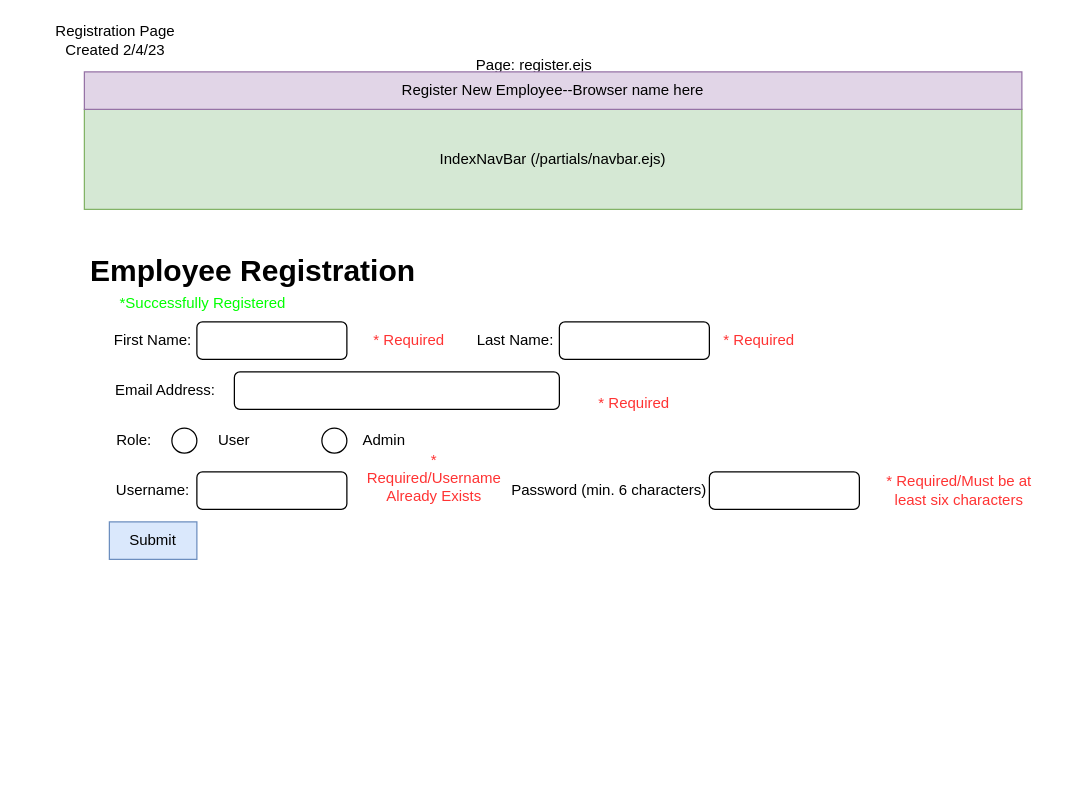
kempensp/bdpaapr1 keeps this draw.io diagram as page "Registration" (2 of 2) of Documents/ProductsAreUsFeb4.drawio. Above is the earlier version. Source tidied: cells renumbered, new cells numbered last; positions are measured from the earlier drawing's top-left corner, leaving out a move shared by most shapes. Both pictures are drawn from the tidied source at 125%, with x=0, y=0 at pixel (21, 21).
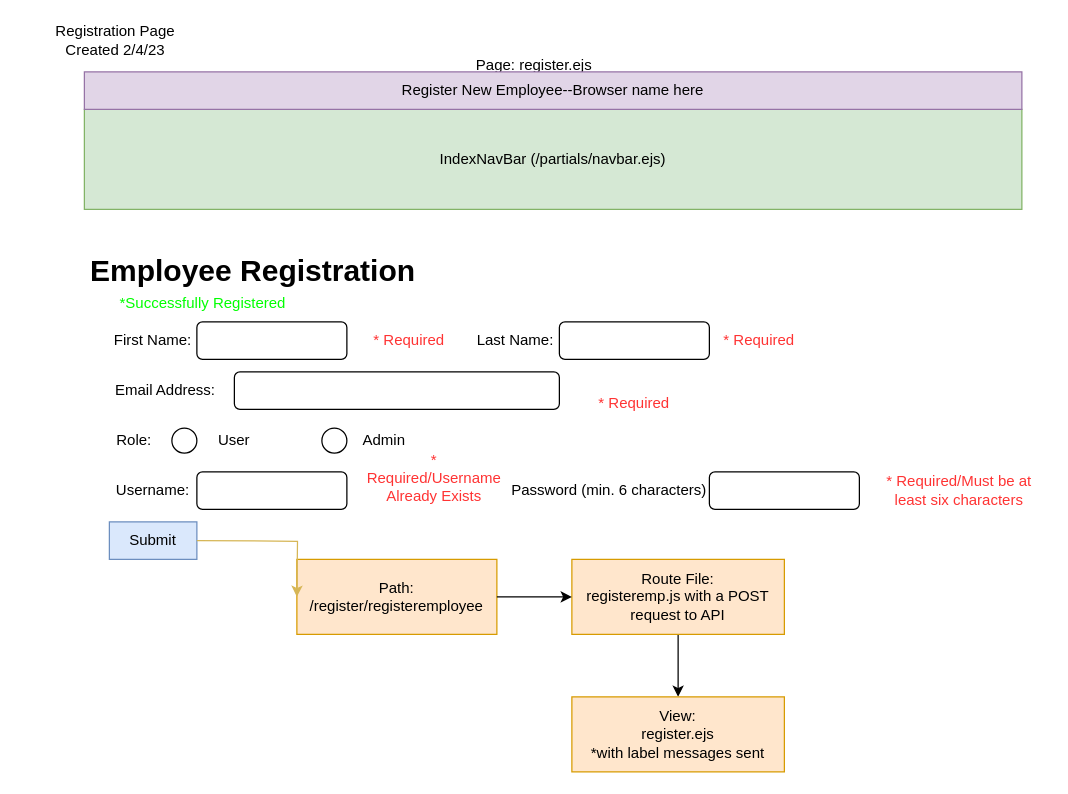
After the change.

Change to the diagram source:
```diff
@@
+    <mxCell id="31" parent="0" />
+    <mxCell id="32" value="Path:&lt;br&gt;/register/registeremployee" style="rounded=0;whiteSpace=wrap;html=1;fillColor=#ffe6cc;strokeColor=#d79b00;" parent="31" vertex="1">
+      <mxGeometry x="220" y="430" width="160" height="60" as="geometry" />
+    </mxCell>
+    <mxCell id="33" style="edgeStyle=orthogonalEdgeStyle;rounded=0;jettySize=auto;html=1;exitX=0.5;exitY=1;exitDx=0;exitDy=0;entryX=0.5;entryY=0;entryDx=0;entryDy=0;fontColor=#00FF00;" parent="31" edge="1" source="34" target="35">
+      <mxGeometry relative="1" as="geometry" />
+    </mxCell>
+    <mxCell id="34" value="Route File:&lt;br&gt;registeremp.js with a POST request to API" style="rounded=0;whiteSpace=wrap;html=1;fillColor=#ffe6cc;strokeColor=#d79b00;" parent="31" vertex="1">
+      <mxGeometry x="440" y="430" width="170" height="60" as="geometry" />
+    </mxCell>
+    <mxCell id="35" value="View:&lt;br&gt;register.ejs&lt;br&gt;*with label messages sent" style="rounded=0;whiteSpace=wrap;html=1;fillColor=#ffe6cc;strokeColor=#d79b00;" parent="31" vertex="1">
+      <mxGeometry x="440" y="540" width="170" height="60" as="geometry" />
+    </mxCell>
+    <mxCell id="36" style="edgeStyle=orthogonalEdgeStyle;rounded=0;orthogonalLoop=1;jettySize=auto;html=1;exitX=1;exitY=0.5;exitDx=0;exitDy=0;fontColor=#00FF00;fillColor=#fff2cc;strokeColor=#d6b656;" parent="31" edge="1">
+      <mxGeometry relative="1" as="geometry">
+        <mxPoint x="140" y="415" as="sourcePoint" />
+        <mxPoint x="220" y="460" as="targetPoint" />
+      </mxGeometry>
+    </mxCell>
+    <mxCell id="37" style="edgeStyle=orthogonalEdgeStyle;rounded=0;orthogonalLoop=1;jettySize=auto;html=1;exitX=1;exitY=0.5;exitDx=0;exitDy=0;fontColor=#00FF00;" parent="31" edge="1">
+      <mxGeometry relative="1" as="geometry">
+        <mxPoint x="380" y="460" as="sourcePoint" />
+        <mxPoint x="440" y="460" as="targetPoint" />
+      </mxGeometry>
+    </mxCell>
```
